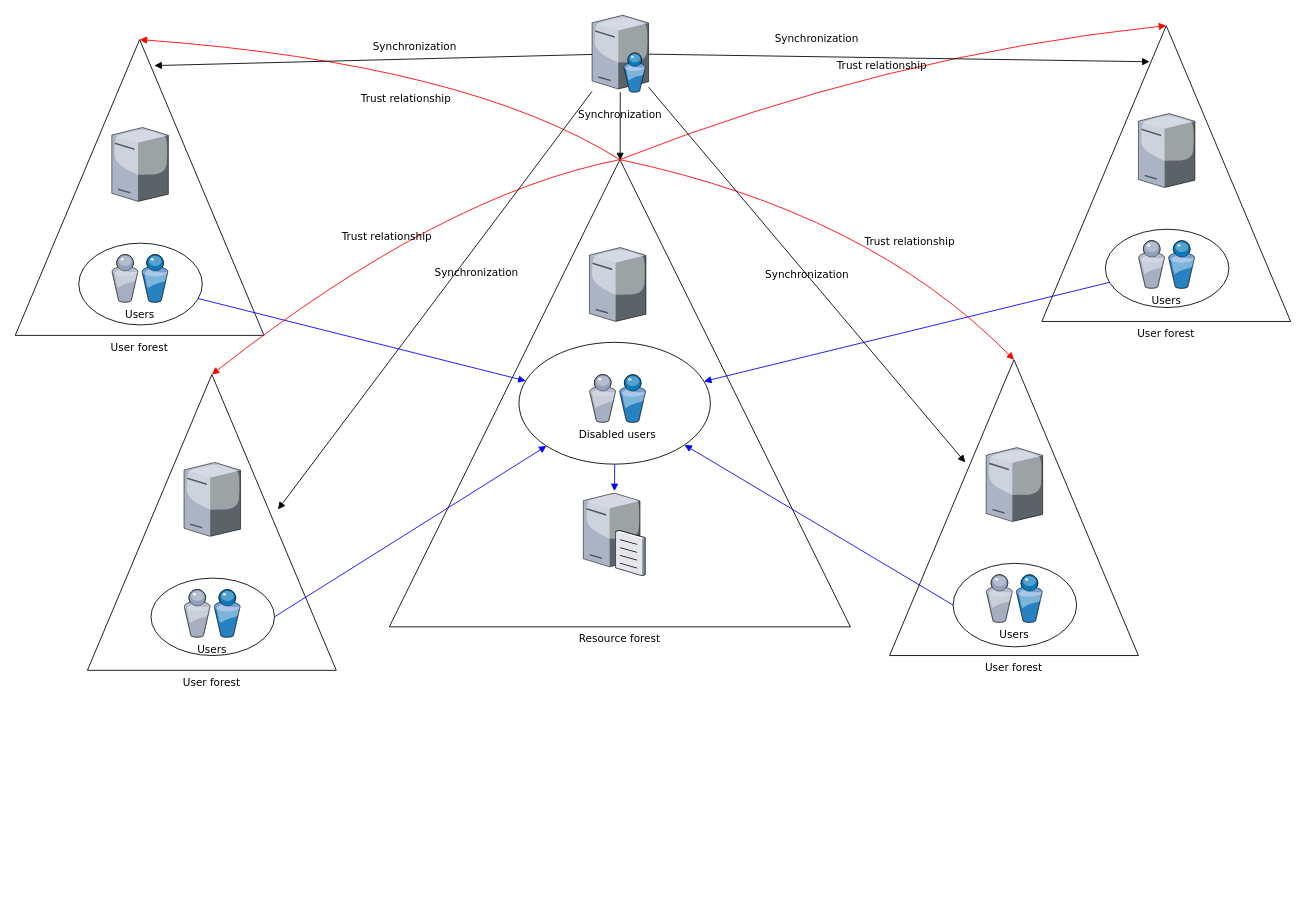
Before: Untitled Diagram.drawio in 1102131860/CAN201, a draw.io diagram. Source tidied: cells renumbered, new cells numbered last; positions are measured from the earlier drawing's top-left corner, leaving out a move shared by most shapes. Both pictures are drawn from the tidied source at 87%, with x=0, y=0 at pixel (15, 15).
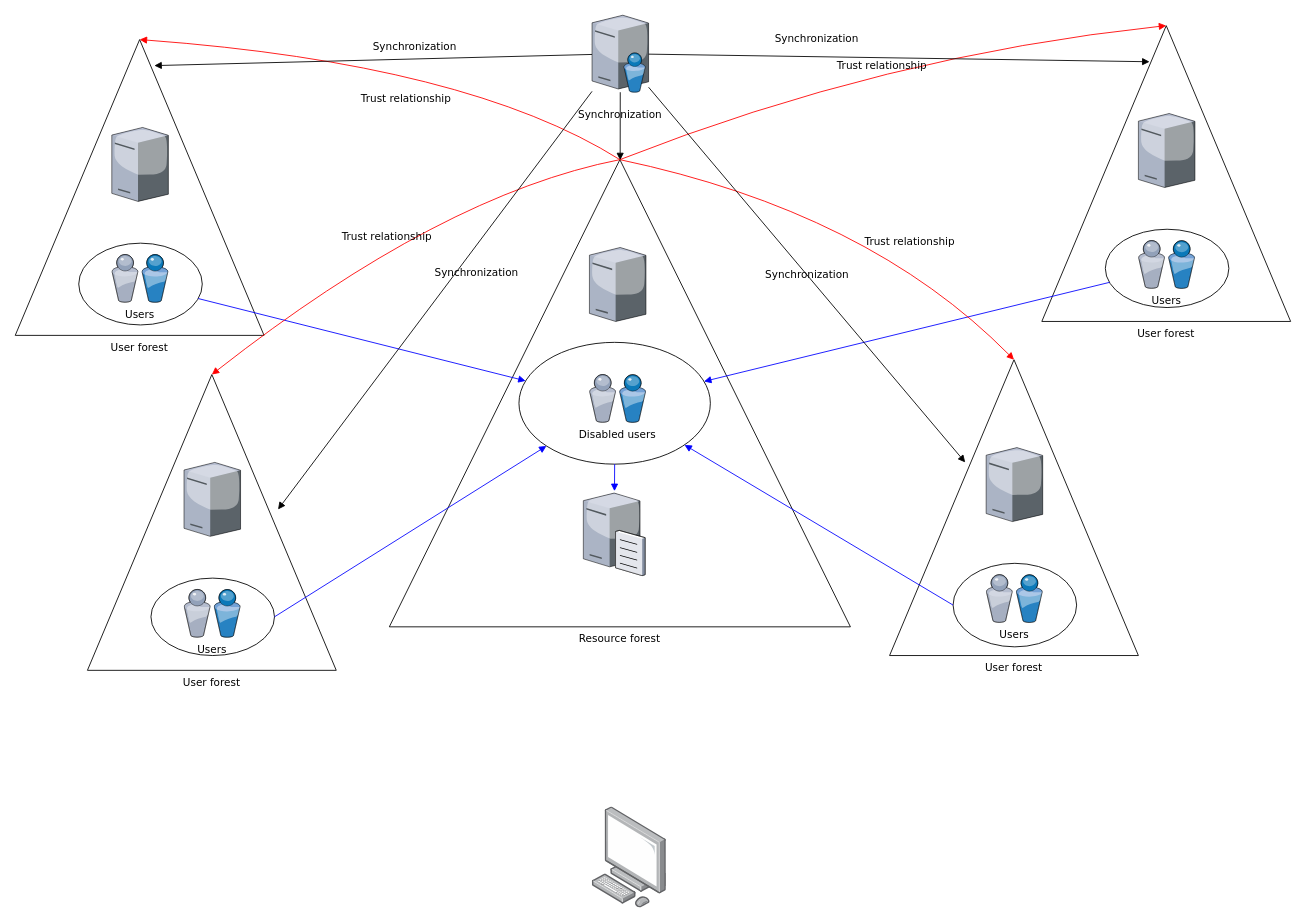
Above is the later version.

Change to the diagram source:
```diff
@@
+    <mxCell id="38" style="html=1;align=center;shadow=0;dashed=0;image;image=img/lib/allied_telesis/computer_and_terminals/Personal_Computer.svg;" parent="1" vertex="1">
+      <mxGeometry x="663" y="910" width="85.6" height="116" as="geometry" />
+    </mxCell>
```
